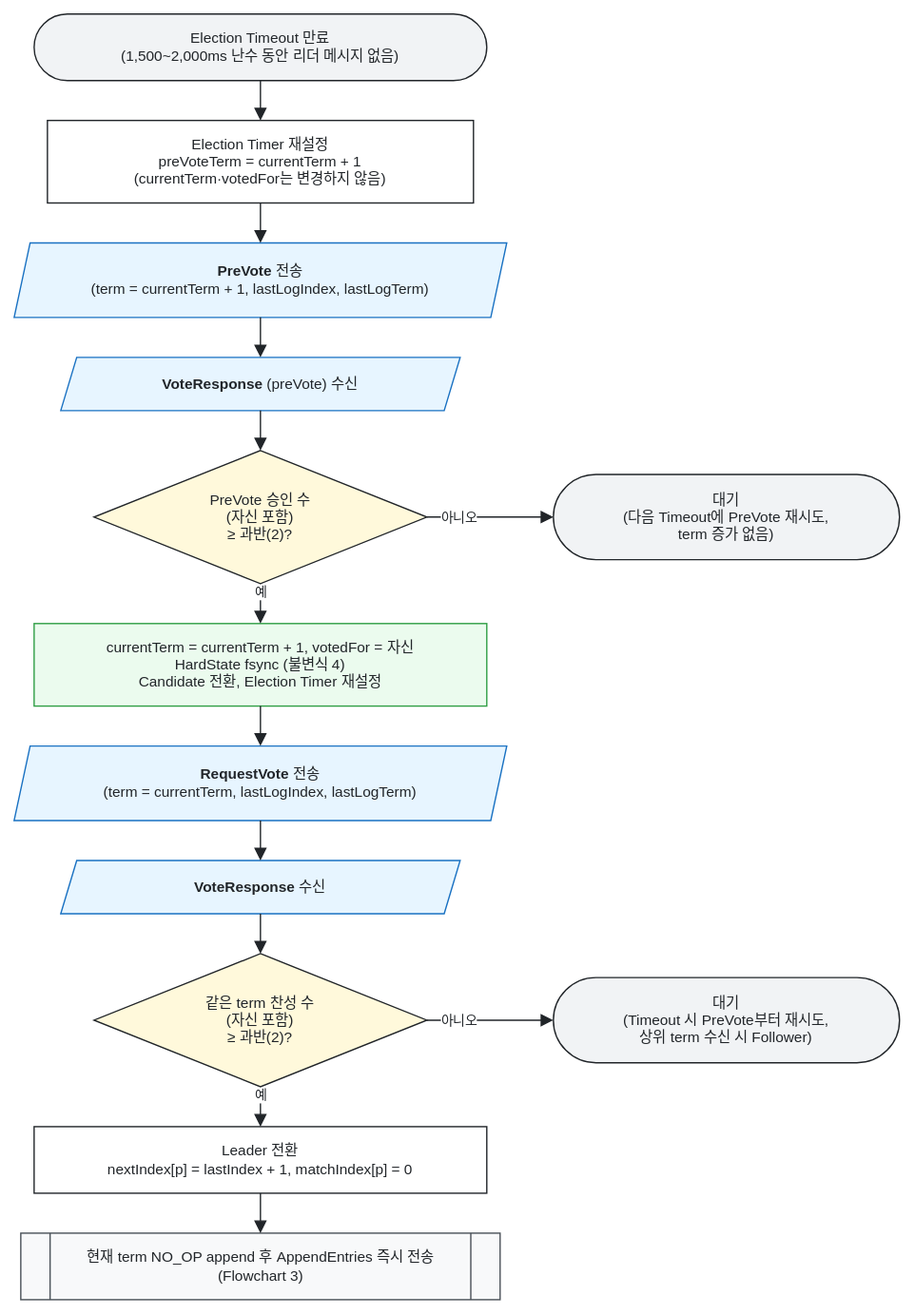
This is assets/drawio/5.3.2 Raft Flowchart 1 - Candidate Election.svg from reddiana/a-cert, a draw.io export, as it was before one commit. Source tidied: cells renumbered, new cells last; positions are measured from the earlier drawing's top-left corner, leaving out a move shared by most shapes. Its diagram source:
```xml
<mxGraphModel>
  <root>
    <mxCell id="0" />
    <mxCell id="1" parent="0" />
    <mxCell id="2" value="Election Timeout 만료&lt;br&gt;(1,500~2,000ms 난수 동안 리더 메시지 없음)" style="html=1;whiteSpace=wrap;fontFamily=Helvetica;fontSize=11;fontColor=#212529;rounded=1;arcSize=50;fillColor=#f1f3f5;strokeColor=#212529;" parent="1" vertex="1">
      <mxGeometry x="15" width="340" height="50" as="geometry" />
    </mxCell>
    <mxCell id="3" value="Election Timer 재설정&lt;br&gt;preVoteTerm = currentTerm + 1&lt;br&gt;(currentTerm·votedFor는 변경하지 않음)" style="html=1;whiteSpace=wrap;fontFamily=Helvetica;fontSize=11;fontColor=#212529;rounded=0;fillColor=#ffffff;strokeColor=#212529;" parent="1" vertex="1">
      <mxGeometry x="25" y="80" width="320" height="62" as="geometry" />
    </mxCell>
    <mxCell id="4" value="&lt;b&gt;PreVote&lt;/b&gt; 전송&lt;br&gt;(term = currentTerm + 1, lastLogIndex, lastLogTerm)" style="html=1;whiteSpace=wrap;fontFamily=Helvetica;fontSize=11;fontColor=#212529;shape=parallelogram;perimeter=parallelogramPerimeter;fixedSize=1;size=12;fillColor=#e7f5ff;strokeColor=#1971c2;" parent="1" vertex="1">
      <mxGeometry y="172" width="370" height="56" as="geometry" />
    </mxCell>
    <mxCell id="5" value="&lt;b&gt;VoteResponse&lt;/b&gt; (preVote) 수신" style="html=1;whiteSpace=wrap;fontFamily=Helvetica;fontSize=11;fontColor=#212529;shape=parallelogram;perimeter=parallelogramPerimeter;fixedSize=1;size=12;fillColor=#e7f5ff;strokeColor=#1971c2;" parent="1" vertex="1">
      <mxGeometry x="35" y="258" width="300" height="40" as="geometry" />
    </mxCell>
    <mxCell id="6" value="PreVote 승인 수&lt;br&gt;(자신 포함)&lt;br&gt;≥ 과반(2)?" style="html=1;whiteSpace=wrap;fontFamily=Helvetica;fontSize=11;fontColor=#212529;rhombus;fillColor=#fff9db;strokeColor=#212529;spacing=6;" parent="1" vertex="1">
      <mxGeometry x="60" y="328" width="250" height="100" as="geometry" />
    </mxCell>
    <mxCell id="7" value="대기&lt;br&gt;(다음 Timeout에 PreVote 재시도,&lt;br&gt;term 증가 없음)" style="html=1;whiteSpace=wrap;fontFamily=Helvetica;fontSize=11;fontColor=#212529;rounded=1;arcSize=50;fillColor=#f1f3f5;strokeColor=#212529;" parent="1" vertex="1">
      <mxGeometry x="405" y="346" width="260" height="64" as="geometry" />
    </mxCell>
    <mxCell id="8" value="currentTerm = currentTerm + 1, votedFor = 자신&lt;br&gt;HardState fsync (불변식 4)&lt;br&gt;Candidate 전환, Election Timer 재설정" style="html=1;whiteSpace=wrap;fontFamily=Helvetica;fontSize=11;fontColor=#212529;rounded=0;fillColor=#ebfbee;strokeColor=#2f9e44;" parent="1" vertex="1">
      <mxGeometry x="15" y="458" width="340" height="62" as="geometry" />
    </mxCell>
    <mxCell id="9" value="&lt;b&gt;RequestVote&lt;/b&gt; 전송&lt;br&gt;(term = currentTerm, lastLogIndex, lastLogTerm)" style="html=1;whiteSpace=wrap;fontFamily=Helvetica;fontSize=11;fontColor=#212529;shape=parallelogram;perimeter=parallelogramPerimeter;fixedSize=1;size=12;fillColor=#e7f5ff;strokeColor=#1971c2;" parent="1" vertex="1">
      <mxGeometry y="550" width="370" height="56" as="geometry" />
    </mxCell>
    <mxCell id="10" value="&lt;b&gt;VoteResponse&lt;/b&gt; 수신" style="html=1;whiteSpace=wrap;fontFamily=Helvetica;fontSize=11;fontColor=#212529;shape=parallelogram;perimeter=parallelogramPerimeter;fixedSize=1;size=12;fillColor=#e7f5ff;strokeColor=#1971c2;" parent="1" vertex="1">
      <mxGeometry x="35" y="636" width="300" height="40" as="geometry" />
    </mxCell>
    <mxCell id="11" value="같은 term 찬성 수&lt;br&gt;(자신 포함)&lt;br&gt;≥ 과반(2)?" style="html=1;whiteSpace=wrap;fontFamily=Helvetica;fontSize=11;fontColor=#212529;rhombus;fillColor=#fff9db;strokeColor=#212529;spacing=6;" parent="1" vertex="1">
      <mxGeometry x="60" y="706" width="250" height="100" as="geometry" />
    </mxCell>
    <mxCell id="12" value="대기&lt;br&gt;(Timeout 시 PreVote부터 재시도,&lt;br&gt;상위 term 수신 시 Follower)" style="html=1;whiteSpace=wrap;fontFamily=Helvetica;fontSize=11;fontColor=#212529;rounded=1;arcSize=50;fillColor=#f1f3f5;strokeColor=#212529;" parent="1" vertex="1">
      <mxGeometry x="405" y="724" width="260" height="64" as="geometry" />
    </mxCell>
    <mxCell id="13" value="Leader 전환&lt;br&gt;nextIndex[p] = lastIndex + 1, matchIndex[p] = 0" style="html=1;whiteSpace=wrap;fontFamily=Helvetica;fontSize=11;fontColor=#212529;rounded=0;fillColor=#ffffff;strokeColor=#212529;" parent="1" vertex="1">
      <mxGeometry x="15" y="836" width="340" height="50" as="geometry" />
    </mxCell>
    <mxCell id="14" value="현재 term NO_OP append 후 AppendEntries 즉시 전송&lt;br&gt;(Flowchart 3)" style="html=1;whiteSpace=wrap;fontFamily=Helvetica;fontSize=11;fontColor=#212529;shape=process;backgroundOutline=1;size=0.06;fillColor=#f8f9fa;strokeColor=#495057;" parent="1" vertex="1">
      <mxGeometry x="5" y="916" width="360" height="50" as="geometry" />
    </mxCell>
    <mxCell id="15" style="edgeStyle=orthogonalEdgeStyle;rounded=0;html=1;endArrow=block;endFill=1;endSize=7;strokeColor=#212529;fontFamily=Helvetica;fontSize=10;fontColor=#212529;labelBackgroundColor=#ffffff;exitX=0.5;exitY=1;exitDx=0;exitDy=0;entryX=0.5;entryY=0;entryDx=0;entryDy=0;" parent="1" edge="1" source="2" target="3">
      <mxGeometry relative="1" as="geometry" />
    </mxCell>
    <mxCell id="16" style="edgeStyle=orthogonalEdgeStyle;rounded=0;html=1;endArrow=block;endFill=1;endSize=7;strokeColor=#212529;fontFamily=Helvetica;fontSize=10;fontColor=#212529;labelBackgroundColor=#ffffff;exitX=0.5;exitY=1;exitDx=0;exitDy=0;entryX=0.5;entryY=0;entryDx=0;entryDy=0;" parent="1" edge="1" source="3" target="4">
      <mxGeometry relative="1" as="geometry" />
    </mxCell>
    <mxCell id="17" style="edgeStyle=orthogonalEdgeStyle;rounded=0;html=1;endArrow=block;endFill=1;endSize=7;strokeColor=#212529;fontFamily=Helvetica;fontSize=10;fontColor=#212529;labelBackgroundColor=#ffffff;exitX=0.5;exitY=1;exitDx=0;exitDy=0;entryX=0.5;entryY=0;entryDx=0;entryDy=0;" parent="1" edge="1" source="4" target="5">
      <mxGeometry relative="1" as="geometry" />
    </mxCell>
    <mxCell id="18" style="edgeStyle=orthogonalEdgeStyle;rounded=0;html=1;endArrow=block;endFill=1;endSize=7;strokeColor=#212529;fontFamily=Helvetica;fontSize=10;fontColor=#212529;labelBackgroundColor=#ffffff;exitX=0.5;exitY=1;exitDx=0;exitDy=0;entryX=0.5;entryY=0;entryDx=0;entryDy=0;" parent="1" edge="1" source="5" target="6">
      <mxGeometry relative="1" as="geometry" />
    </mxCell>
    <mxCell id="19" style="edgeStyle=orthogonalEdgeStyle;rounded=0;html=1;endArrow=block;endFill=1;endSize=7;strokeColor=#212529;fontFamily=Helvetica;fontSize=10;fontColor=#212529;labelBackgroundColor=#ffffff;exitX=0.5;exitY=1;exitDx=0;exitDy=0;entryX=0.5;entryY=0;entryDx=0;entryDy=0;" parent="1" edge="1" source="8" target="9">
      <mxGeometry relative="1" as="geometry" />
    </mxCell>
    <mxCell id="20" style="edgeStyle=orthogonalEdgeStyle;rounded=0;html=1;endArrow=block;endFill=1;endSize=7;strokeColor=#212529;fontFamily=Helvetica;fontSize=10;fontColor=#212529;labelBackgroundColor=#ffffff;exitX=0.5;exitY=1;exitDx=0;exitDy=0;entryX=0.5;entryY=0;entryDx=0;entryDy=0;" parent="1" edge="1" source="9" target="10">
      <mxGeometry relative="1" as="geometry" />
    </mxCell>
    <mxCell id="21" style="edgeStyle=orthogonalEdgeStyle;rounded=0;html=1;endArrow=block;endFill=1;endSize=7;strokeColor=#212529;fontFamily=Helvetica;fontSize=10;fontColor=#212529;labelBackgroundColor=#ffffff;exitX=0.5;exitY=1;exitDx=0;exitDy=0;entryX=0.5;entryY=0;entryDx=0;entryDy=0;" parent="1" edge="1" source="10" target="11">
      <mxGeometry relative="1" as="geometry" />
    </mxCell>
    <mxCell id="22" style="edgeStyle=orthogonalEdgeStyle;rounded=0;html=1;endArrow=block;endFill=1;endSize=7;strokeColor=#212529;fontFamily=Helvetica;fontSize=10;fontColor=#212529;labelBackgroundColor=#ffffff;exitX=0.5;exitY=1;exitDx=0;exitDy=0;entryX=0.5;entryY=0;entryDx=0;entryDy=0;" parent="1" edge="1" source="13" target="14">
      <mxGeometry relative="1" as="geometry" />
    </mxCell>
    <mxCell id="23" value="아니오" style="edgeStyle=orthogonalEdgeStyle;rounded=0;html=1;endArrow=block;endFill=1;endSize=7;strokeColor=#212529;fontFamily=Helvetica;fontSize=10;fontColor=#212529;labelBackgroundColor=#ffffff;exitX=1;exitY=0.5;exitDx=0;exitDy=0;entryX=0;entryY=0.5;entryDx=0;entryDy=0;" parent="1" edge="1" source="6" target="7">
      <mxGeometry x="-0.5" relative="1" as="geometry" />
    </mxCell>
    <mxCell id="24" value="예" style="edgeStyle=orthogonalEdgeStyle;rounded=0;html=1;endArrow=block;endFill=1;endSize=7;strokeColor=#212529;fontFamily=Helvetica;fontSize=10;fontColor=#212529;labelBackgroundColor=#ffffff;exitX=0.5;exitY=1;exitDx=0;exitDy=0;entryX=0.5;entryY=0;entryDx=0;entryDy=0;" parent="1" edge="1" source="6" target="8">
      <mxGeometry x="-0.6" relative="1" as="geometry" />
    </mxCell>
    <mxCell id="25" value="아니오" style="edgeStyle=orthogonalEdgeStyle;rounded=0;html=1;endArrow=block;endFill=1;endSize=7;strokeColor=#212529;fontFamily=Helvetica;fontSize=10;fontColor=#212529;labelBackgroundColor=#ffffff;exitX=1;exitY=0.5;exitDx=0;exitDy=0;entryX=0;entryY=0.5;entryDx=0;entryDy=0;" parent="1" edge="1" source="11" target="12">
      <mxGeometry x="-0.5" relative="1" as="geometry" />
    </mxCell>
    <mxCell id="26" value="예" style="edgeStyle=orthogonalEdgeStyle;rounded=0;html=1;endArrow=block;endFill=1;endSize=7;strokeColor=#212529;fontFamily=Helvetica;fontSize=10;fontColor=#212529;labelBackgroundColor=#ffffff;exitX=0.5;exitY=1;exitDx=0;exitDy=0;entryX=0.5;entryY=0;entryDx=0;entryDy=0;" parent="1" edge="1" source="11" target="13">
      <mxGeometry x="-0.6" relative="1" as="geometry" />
    </mxCell>
  </root>
</mxGraphModel>
```
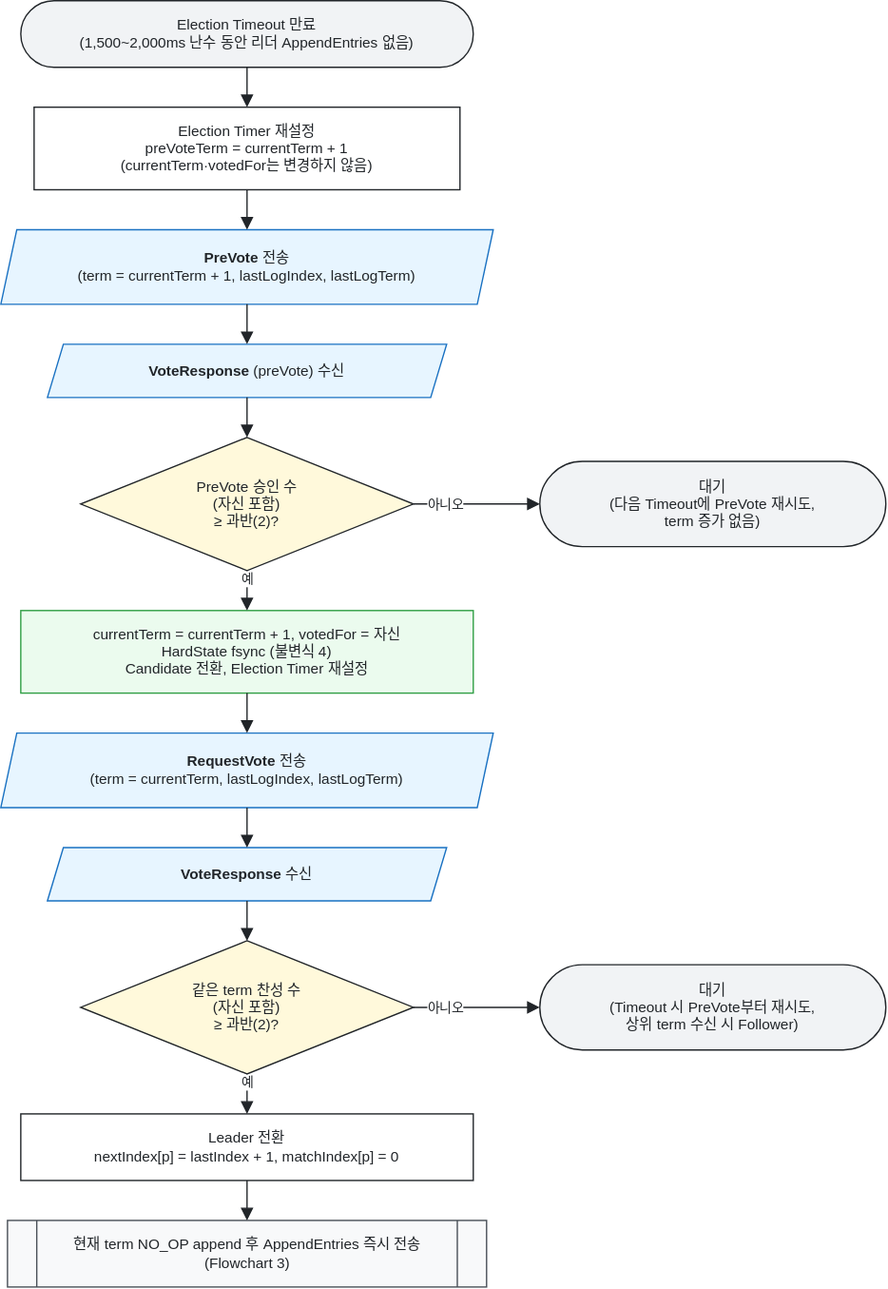
Later version of the same file.

Diff of the diagram source:
```diff
@@ -2,7 +2,7 @@
   <root>
     <mxCell id="0" />
     <mxCell id="1" parent="0" />
-    <mxCell id="2" value="Election Timeout 만료&lt;br&gt;(1,500~2,000ms 난수 동안 리더 메시지 없음)" style="html=1;whiteSpace=wrap;fontFamily=Helvetica;fontSize=11;fontColor=#212529;rounded=1;arcSize=50;fillColor=#f1f3f5;strokeColor=#212529;" parent="1" vertex="1">
+    <mxCell id="2" value="Election Timeout 만료&lt;br&gt;(1,500~2,000ms 난수 동안 리더 AppendEntries 없음)" style="html=1;whiteSpace=wrap;fontFamily=Helvetica;fontSize=11;fontColor=#212529;rounded=1;arcSize=50;fillColor=#f1f3f5;strokeColor=#212529;" parent="1" vertex="1">
       <mxGeometry x="15" width="340" height="50" as="geometry" />
     </mxCell>
     <mxCell id="3" value="Election Timer 재설정&lt;br&gt;preVoteTerm = currentTerm + 1&lt;br&gt;(currentTerm·votedFor는 변경하지 않음)" style="html=1;whiteSpace=wrap;fontFamily=Helvetica;fontSize=11;fontColor=#212529;rounded=0;fillColor=#ffffff;strokeColor=#212529;" parent="1" vertex="1">
```
